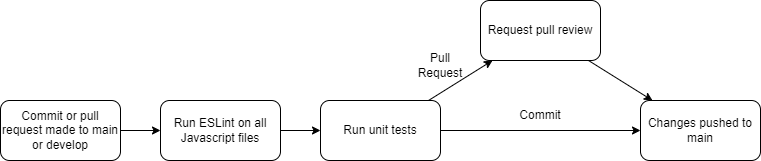
This is admin/pipeline/phase1.drawio.png from cse110-fa22-group18/cse110-fa22-group18, a draw.io export, as it was before one commit. Source tidied: cells renumbered, new cells last; positions are measured from the earlier drawing's top-left corner, leaving out a move shared by most shapes.
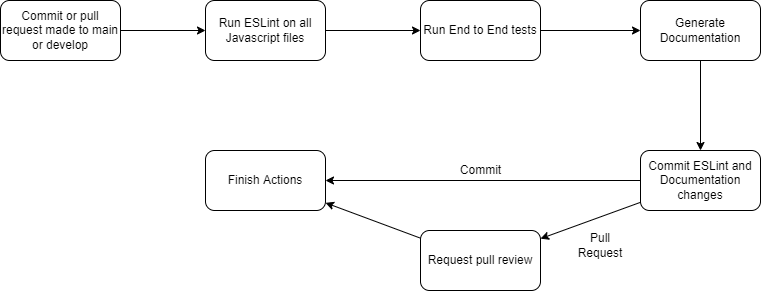
Later version of the same file.

The edit, as a diff of the source:
```diff
@@ -6,37 +6,49 @@
       <mxGeometry relative="1" as="geometry" />
     </mxCell>
     <mxCell id="3" value="Commit or pull request made to main or develop" style="rounded=1;whiteSpace=wrap;html=1;" parent="1" vertex="1">
-      <mxGeometry y="100" width="120" height="60" as="geometry" />
+      <mxGeometry x="-5" y="-150" width="120" height="60" as="geometry" />
     </mxCell>
-    <mxCell id="4" style="edgeStyle=none;html=1;" parent="1" edge="1" source="5" target="6">
-      <mxGeometry relative="1" as="geometry" />
-    </mxCell>
+    <mxCell id="14" style="edgeStyle=none;html=1;" parent="1" edge="1" source="5" target="19">
+      <mxGeometry relative="1" as="geometry" />
+    </mxCell>
     <mxCell id="5" value="Request pull review" style="rounded=1;whiteSpace=wrap;html=1;" parent="1" vertex="1">
-      <mxGeometry x="480" width="120" height="60" as="geometry" />
+      <mxGeometry x="415" y="80" width="120" height="60" as="geometry" />
     </mxCell>
+    <mxCell id="15" style="edgeStyle=none;html=1;" parent="1" edge="1" source="6" target="18">
+      <mxGeometry relative="1" as="geometry" />
+    </mxCell>
-    <mxCell id="6" value="Changes pushed to main" style="rounded=1;whiteSpace=wrap;html=1;" parent="1" vertex="1">
-      <mxGeometry x="640" y="100" width="120" height="60" as="geometry" />
+    <mxCell id="6" value="Generate Documentation" style="rounded=1;whiteSpace=wrap;html=1;" parent="1" vertex="1">
+      <mxGeometry x="635" y="-150" width="120" height="60" as="geometry" />
     </mxCell>
-    <mxCell id="7" style="edgeStyle=none;html=1;" parent="1" edge="1" source="8" target="5">
-      <mxGeometry relative="1" as="geometry" />
-    </mxCell>
+    <mxCell id="10" style="edgeStyle=none;html=1;" parent="1" edge="1" source="8" target="6">
+      <mxGeometry relative="1" as="geometry" />
+    </mxCell>
-    <mxCell id="8" value="Run unit tests" style="rounded=1;whiteSpace=wrap;html=1;" parent="1" vertex="1">
-      <mxGeometry x="320" y="100" width="120" height="60" as="geometry" />
+    <mxCell id="8" value="Run End to End tests" style="rounded=1;whiteSpace=wrap;html=1;" parent="1" vertex="1">
+      <mxGeometry x="415" y="-150" width="120" height="60" as="geometry" />
     </mxCell>
-    <mxCell id="9" value="Pull Request" style="text;html=1;strokeColor=none;fillColor=none;align=center;verticalAlign=middle;whiteSpace=wrap;rounded=0;" parent="1" vertex="1">
-      <mxGeometry x="410" y="50" width="60" height="30" as="geometry" />
-    </mxCell>
-    <mxCell id="10" style="endArrow=classic;html=1;" parent="1" edge="1" source="8" target="6">
-      <mxGeometry relative="1" as="geometry" />
-    </mxCell>
-    <mxCell id="11" value="Commit" style="text;html=1;strokeColor=none;fillColor=none;align=center;verticalAlign=middle;whiteSpace=wrap;rounded=0;" parent="1" vertex="1">
-      <mxGeometry x="510" y="100" width="60" height="30" as="geometry" />
-    </mxCell>
     <mxCell id="12" style="edgeStyle=none;html=1;" parent="1" edge="1" source="13" target="8">
       <mxGeometry relative="1" as="geometry" />
     </mxCell>
     <mxCell id="13" value="Run ESLint on all Javascript files" style="rounded=1;whiteSpace=wrap;html=1;" parent="1" vertex="1">
-      <mxGeometry x="160" y="100" width="120" height="60" as="geometry" />
+      <mxGeometry x="200" y="-150" width="120" height="60" as="geometry" />
     </mxCell>
+    <mxCell id="16" style="edgeStyle=none;html=1;" parent="1" edge="1" source="18" target="5">
+      <mxGeometry relative="1" as="geometry" />
+    </mxCell>
+    <mxCell id="17" style="edgeStyle=none;html=1;" parent="1" edge="1" source="18" target="19">
+      <mxGeometry relative="1" as="geometry" />
+    </mxCell>
+    <mxCell id="18" value="Commit ESLint and Documentation changes" style="rounded=1;whiteSpace=wrap;html=1;" parent="1" vertex="1">
+      <mxGeometry x="635" width="120" height="60" as="geometry" />
+    </mxCell>
+    <mxCell id="19" value="Finish Actions" style="rounded=1;whiteSpace=wrap;html=1;" parent="1" vertex="1">
+      <mxGeometry x="200" width="120" height="60" as="geometry" />
+    </mxCell>
+    <mxCell id="9" value="Pull Request" style="text;html=1;strokeColor=none;fillColor=none;align=center;verticalAlign=middle;whiteSpace=wrap;rounded=0;" parent="1" vertex="1">
+      <mxGeometry x="565" y="80" width="60" height="30" as="geometry" />
+    </mxCell>
+    <mxCell id="11" value="Commit" style="text;html=1;align=center;verticalAlign=middle;strokeColor=none;fillColor=none;" parent="1" vertex="1">
+      <mxGeometry x="445" y="10" width="60" height="20" as="geometry" />
+    </mxCell>
   </root>
 </mxGraphModel>
```
